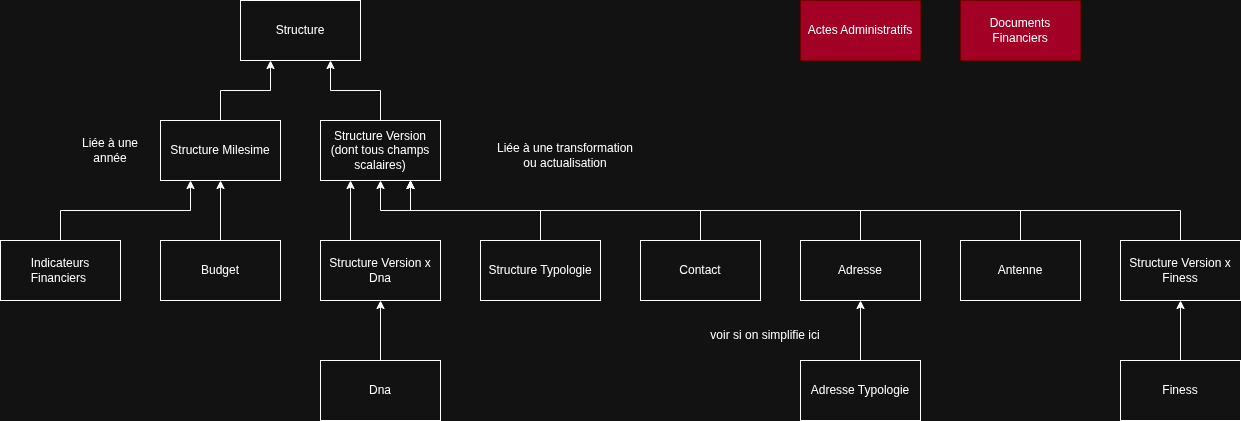
Above: docs/structure_version.png in betagouv/bhasile (draw.io), before the change. Source tidied: cells renumbered, new cells last; positions are measured from the earlier drawing's top-left corner, leaving out a move shared by most shapes.
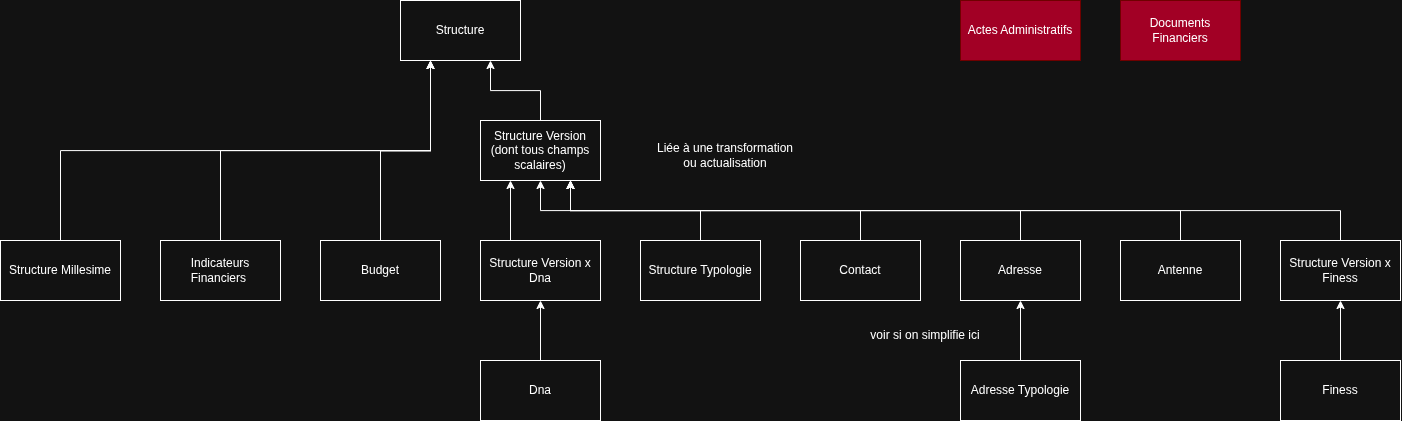
Later version of the same file.

Change to the diagram source:
```diff
@@ -8,8 +8,8 @@
     <mxCell id="3" style="edgeStyle=orthogonalEdgeStyle;rounded=0;jettySize=auto;html=1;exitX=0.5;exitY=0;exitDx=0;exitDy=0;entryX=0.25;entryY=1;entryDx=0;entryDy=0;" parent="1" edge="1" source="4" target="2">
       <mxGeometry relative="1" as="geometry" />
     </mxCell>
-    <mxCell id="4" value="Structure Milesime" style="whiteSpace=wrap;html=1;" parent="1" vertex="1">
-      <mxGeometry x="160" y="120" width="120" height="60" as="geometry" />
+    <mxCell id="4" value="Structure Millesime" style="whiteSpace=wrap;html=1;" parent="1" vertex="1">
+      <mxGeometry x="-160" y="240" width="120" height="60" as="geometry" />
     </mxCell>
     <mxCell id="5" style="edgeStyle=orthogonalEdgeStyle;rounded=0;jettySize=auto;html=1;exitX=0.5;exitY=0;exitDx=0;exitDy=0;entryX=0.75;entryY=1;entryDx=0;entryDy=0;" parent="1" edge="1" source="6" target="2">
       <mxGeometry relative="1" as="geometry" />
@@ -17,9 +17,6 @@
     <mxCell id="6" value="Structure Version (dont tous champs scalaires)" style="whiteSpace=wrap;html=1;" parent="1" vertex="1">
       <mxGeometry x="320" y="120" width="120" height="60" as="geometry" />
     </mxCell>
-    <mxCell id="7" value="Liée à une année" style="text;html=1;whiteSpace=wrap;strokeColor=none;fillColor=none;align=center;verticalAlign=middle;rounded=0;" parent="1" vertex="1">
-      <mxGeometry x="80" y="135" width="60" height="30" as="geometry" />
-    </mxCell>
     <mxCell id="8" value="voir si on simplifie ici" style="text;html=1;whiteSpace=wrap;strokeColor=none;fillColor=none;align=center;verticalAlign=middle;rounded=0;" parent="1" vertex="1">
       <mxGeometry x="690" y="320" width="150" height="30" as="geometry" />
     </mxCell>
@@ -35,15 +32,17 @@
     <mxCell id="12" value="Dna" style="whiteSpace=wrap;html=1;" parent="1" vertex="1">
       <mxGeometry x="320" y="360" width="120" height="60" as="geometry" />
     </mxCell>
-    <mxCell id="13" style="edgeStyle=orthogonalEdgeStyle;rounded=0;jettySize=auto;html=1;exitX=0.5;exitY=0;exitDx=0;exitDy=0;entryX=0.25;entryY=1;entryDx=0;entryDy=0;" parent="1" edge="1" source="14" target="4">
-      <mxGeometry relative="1" as="geometry" />
-    </mxCell>
+    <mxCell id="34" style="edgeStyle=orthogonalEdgeStyle;rounded=0;jettySize=auto;html=1;exitX=0.5;exitY=0;exitDx=0;exitDy=0;entryX=0.25;entryY=1;entryDx=0;entryDy=0;" parent="1" edge="1" source="14" target="2">
+      <mxGeometry relative="1" as="geometry" />
+    </mxCell>
     <mxCell id="14" value="Indicateurs Financiers&amp;nbsp;" style="whiteSpace=wrap;html=1;" parent="1" vertex="1">
       <mxGeometry y="240" width="120" height="60" as="geometry" />
     </mxCell>
-    <mxCell id="15" style="edgeStyle=orthogonalEdgeStyle;rounded=0;jettySize=auto;html=1;exitX=0.5;exitY=0;exitDx=0;exitDy=0;entryX=0.5;entryY=1;entryDx=0;entryDy=0;" parent="1" edge="1" source="16" target="4">
-      <mxGeometry relative="1" as="geometry" />
-    </mxCell>
+    <mxCell id="35" style="edgeStyle=orthogonalEdgeStyle;rounded=0;jettySize=auto;html=1;exitX=0.5;exitY=0;exitDx=0;exitDy=0;" parent="1" edge="1" source="16">
+      <mxGeometry relative="1" as="geometry">
+        <mxPoint x="270" y="60" as="targetPoint" />
+      </mxGeometry>
+    </mxCell>
     <mxCell id="16" value="Budget" style="whiteSpace=wrap;html=1;" parent="1" vertex="1">
       <mxGeometry x="160" y="240" width="120" height="60" as="geometry" />
     </mxCell>
```
